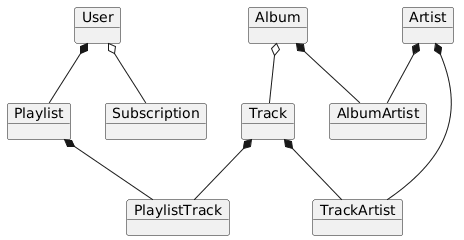
Earlier version of the PlantUML export lab_1/uml.png (yusik100/labs-mavps).
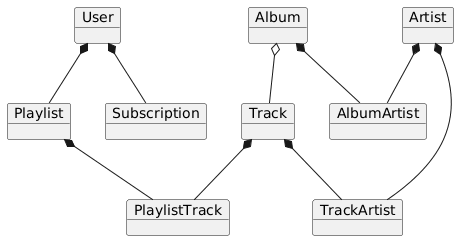
After the commit.

The edit, as a diff of the source:
```diff
@@ -1,21 +1,21 @@
 @startuml
-object "User"
-object "Subscription"
-object "Playlist"
-object "PlaylistTrack"
-object "Track"
-object "AlbumArtist"
-object "TrackArtist"
-object "Album"
-object "Artist"
+object User
+object Subscription
+object Playlist
+object PlaylistTrack
+object Track
+object TrackArtist
+object Album
+object AlbumArtist
+object Artist
 
-"User" *-- "Playlist"
-"User" o-- "Subscription"
-"Playlist" *-- "PlaylistTrack"
-"Track" *-- "PlaylistTrack"
-"Album" o-- "Track"
-"Artist" *-- "AlbumArtist"
-"Artist" *-- "TrackArtist"
-"Album" *-- "AlbumArtist"
-"Track" *-- "TrackArtist"
+User *-- Playlist
+User *-- Subscription
+Playlist *-- PlaylistTrack
+Track *-- PlaylistTrack
+Album o-- Track
+Album *-- AlbumArtist
+Artist *-- AlbumArtist
+Artist *-- TrackArtist
+Track *-- TrackArtist
 @enduml
```
